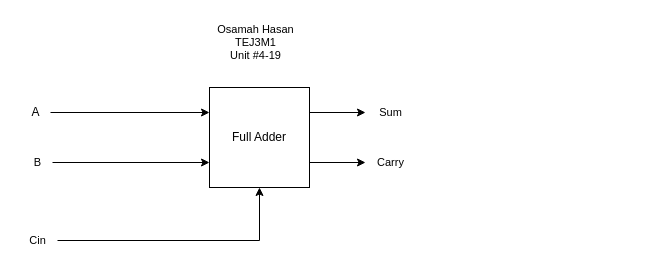
Before: schematicdiagram.drawio in Osamah-Hasan/TEJ3M-Unit-4-19, a draw.io diagram. Source tidied: cells renumbered, new cells numbered last; positions are measured from the earlier drawing's top-left corner, leaving out a move shared by most shapes. Both pictures are drawn from the tidied source at 100%, with x=0, y=0 at pixel (17, 17).
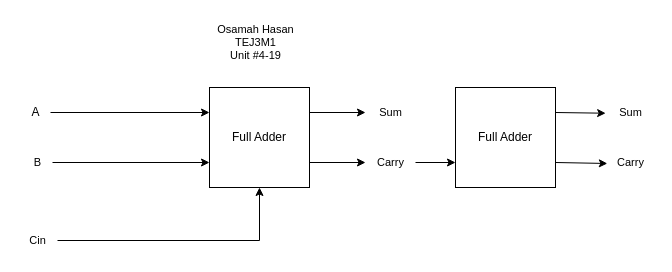
After the change.

Diff of the diagram source:
```diff
@@
 <mxGraphModel>
   <root>
     <mxCell id="0" />
     <mxCell id="1" parent="0" />
     <mxCell id="2" style="edgeStyle=orthogonalEdgeStyle;shape=connector;curved=0;rounded=0;html=1;exitX=1;exitY=0.75;exitDx=0;exitDy=0;strokeColor=default;align=center;verticalAlign=middle;fontFamily=Helvetica;fontSize=11;fontColor=default;labelBackgroundColor=default;endArrow=classic;endFill=1;" parent="1" edge="1" source="4" target="10">
       <mxGeometry relative="1" as="geometry" />
     </mxCell>
     <mxCell id="3" style="edgeStyle=orthogonalEdgeStyle;shape=connector;curved=0;rounded=0;html=1;exitX=1;exitY=0.25;exitDx=0;exitDy=0;strokeColor=default;align=center;verticalAlign=middle;fontFamily=Helvetica;fontSize=11;fontColor=default;labelBackgroundColor=default;endArrow=classic;endFill=1;" parent="1" edge="1" source="4" target="9">
       <mxGeometry relative="1" as="geometry" />
     </mxCell>
     <mxCell id="4" value="Full Adder" style="whiteSpace=wrap;html=1;" parent="1" vertex="1">
       <mxGeometry x="192" y="70" width="100" height="100" as="geometry" />
     </mxCell>
     <mxCell id="5" style="edgeStyle=orthogonalEdgeStyle;html=1;entryX=0;entryY=0.25;entryDx=0;entryDy=0;rounded=0;curved=0;endArrow=classic;endFill=1;" parent="1" edge="1" source="6" target="4">
       <mxGeometry relative="1" as="geometry" />
     </mxCell>
     <mxCell id="6" value="A" style="text;html=1;align=center;verticalAlign=middle;points=[];strokeColor=none;fillColor=none;" parent="1" vertex="1">
       <mxGeometry x="3" y="80" width="30" height="30" as="geometry" />
     </mxCell>
     <mxCell id="7" style="edgeStyle=orthogonalEdgeStyle;shape=connector;curved=0;rounded=0;html=1;entryX=0;entryY=0.75;entryDx=0;entryDy=0;strokeColor=default;align=center;verticalAlign=middle;fontFamily=Helvetica;fontSize=11;fontColor=default;labelBackgroundColor=default;endArrow=classic;endFill=1;" parent="1" edge="1" source="8" target="4">
       <mxGeometry relative="1" as="geometry" />
     </mxCell>
     <mxCell id="8" value="B" style="text;html=1;align=center;verticalAlign=middle;points=[];strokeColor=none;fillColor=none;fontFamily=Helvetica;fontSize=11;fontColor=default;labelBackgroundColor=default;" parent="1" vertex="1">
       <mxGeometry x="5" y="130" width="30" height="30" as="geometry" />
     </mxCell>
     <mxCell id="9" value="Sum" style="text;html=1;align=center;verticalAlign=middle;points=[];strokeColor=none;fillColor=none;fontFamily=Helvetica;fontSize=11;fontColor=default;labelBackgroundColor=default;" parent="1" vertex="1">
       <mxGeometry x="348" y="80" width="50" height="30" as="geometry" />
     </mxCell>
+    <mxCell id="14" style="edgeStyle=none;html=1;entryX=0;entryY=0.75;entryDx=0;entryDy=0;" parent="1" edge="1" source="10" target="15">
+      <mxGeometry relative="1" as="geometry" />
+    </mxCell>
     <mxCell id="10" value="Carry" style="text;html=1;align=center;verticalAlign=middle;points=[];strokeColor=none;fillColor=none;fontFamily=Helvetica;fontSize=11;fontColor=default;labelBackgroundColor=default;" parent="1" vertex="1">
       <mxGeometry x="348" y="130" width="50" height="30" as="geometry" />
     </mxCell>
     <mxCell id="11" style="edgeStyle=orthogonalEdgeStyle;shape=connector;curved=0;rounded=0;html=1;entryX=0.5;entryY=1;entryDx=0;entryDy=0;strokeColor=default;align=center;verticalAlign=middle;fontFamily=Helvetica;fontSize=11;fontColor=default;labelBackgroundColor=default;endArrow=classic;endFill=1;" parent="1" edge="1" source="12" target="4">
       <mxGeometry relative="1" as="geometry" />
     </mxCell>
     <mxCell id="12" value="Cin" style="text;html=1;align=center;verticalAlign=middle;points=[];strokeColor=none;fillColor=none;fontFamily=Helvetica;fontSize=11;fontColor=default;labelBackgroundColor=default;" parent="1" vertex="1">
       <mxGeometry y="208" width="40" height="30" as="geometry" />
     </mxCell>
     <mxCell id="13" value="Osamah Hasan&lt;div&gt;TEJ3M1&lt;/div&gt;&lt;div&gt;Unit #4-19&lt;/div&gt;" style="text;html=1;align=center;verticalAlign=middle;strokeColor=none;fillColor=none;fontFamily=Helvetica;fontSize=11;fontColor=default;labelBackgroundColor=default;" parent="1" vertex="1">
       <mxGeometry x="188" width="100" height="50" as="geometry" />
     </mxCell>
+    <mxCell id="15" value="Full Adder" style="whiteSpace=wrap;html=1;" parent="1" vertex="1">
+      <mxGeometry x="438" y="70" width="100" height="100" as="geometry" />
+    </mxCell>
+    <mxCell id="16" value="Carry" style="text;html=1;align=center;verticalAlign=middle;points=[];strokeColor=none;fillColor=none;fontFamily=Helvetica;fontSize=11;fontColor=default;labelBackgroundColor=default;" parent="1" vertex="1">
+      <mxGeometry x="588" y="130" width="50" height="30" as="geometry" />
+    </mxCell>
+    <mxCell id="17" style="edgeStyle=none;html=1;exitX=1;exitY=0.75;exitDx=0;exitDy=0;entryX=0.037;entryY=0.533;entryDx=0;entryDy=0;entryPerimeter=0;" parent="1" edge="1" source="15" target="16">
+      <mxGeometry relative="1" as="geometry" />
+    </mxCell>
+    <mxCell id="18" value="Sum" style="text;html=1;align=center;verticalAlign=middle;points=[];strokeColor=none;fillColor=none;fontFamily=Helvetica;fontSize=11;fontColor=default;labelBackgroundColor=default;" parent="1" vertex="1">
+      <mxGeometry x="588" y="80" width="50" height="30" as="geometry" />
+    </mxCell>
+    <mxCell id="19" style="edgeStyle=none;html=1;exitX=1;exitY=0.25;exitDx=0;exitDy=0;entryX=0.003;entryY=0.524;entryDx=0;entryDy=0;entryPerimeter=0;" parent="1" edge="1" source="15" target="18">
+      <mxGeometry relative="1" as="geometry" />
+    </mxCell>
   </root>
 </mxGraphModel>
```
